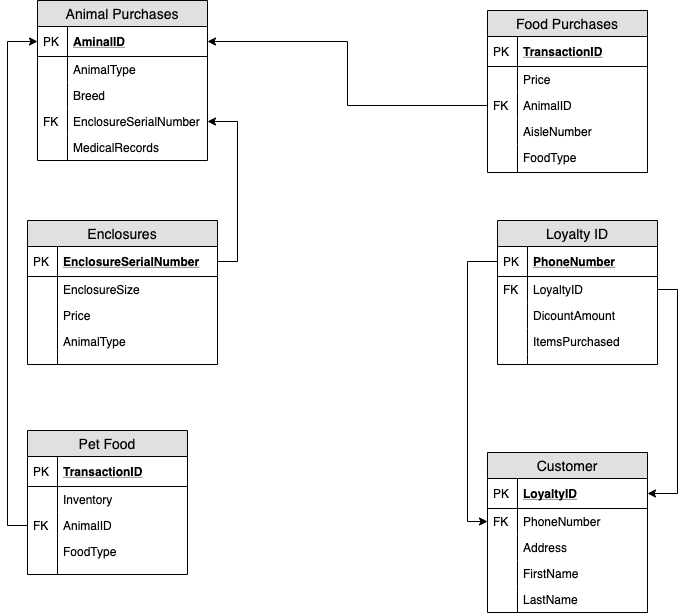
The draw.io diagram Pet Shop/Pet Shop.png in allykurland/IST201-Spring2020, before a commit. Source tidied: cells renumbered, new cells last; positions are measured from the earlier drawing's top-left corner, leaving out a move shared by most shapes.
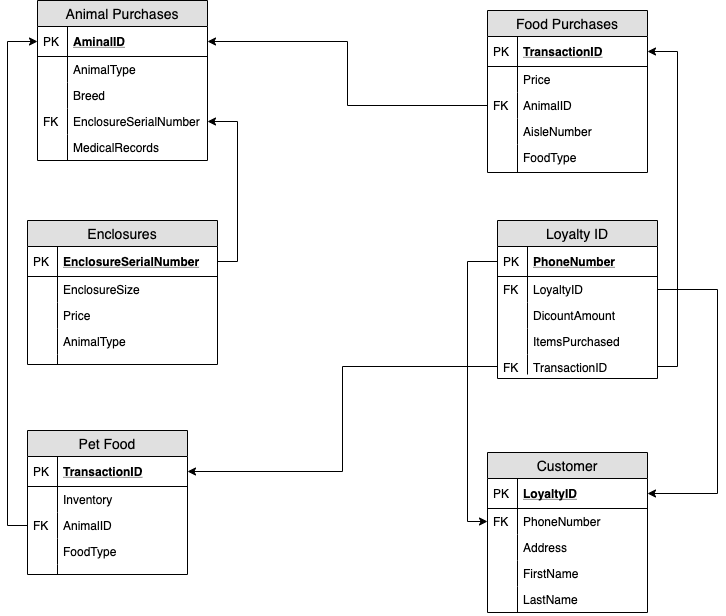
After the commit.

Change to the diagram source:
```diff
@@ -69,7 +69,7 @@
       <mxGeometry width="30" height="10" as="geometry" />
     </mxCell>
     <mxCell id="24" value="Loyalty ID" style="swimlane;fontStyle=0;horizontal=1;startSize=26;fillColor=#e0e0e0;swimlaneFillColor=#ffffff;align=center;fontSize=14;" parent="1" vertex="1">
-      <mxGeometry x="470" y="220" width="160" height="144" as="geometry" />
+      <mxGeometry x="470" y="220" width="160" height="158" as="geometry" />
     </mxCell>
     <mxCell id="25" value="PhoneNumber" style="shape=partialRectangle;top=0;left=0;right=0;bottom=1;align=left;verticalAlign=middle;fillColor=none;spacingLeft=34;spacingRight=4;overflow=hidden;points=[[0,0.5],[1,0.5]];portConstraint=eastwest;fontStyle=5;fontSize=12;" parent="24" vertex="1">
       <mxGeometry y="26" width="160" height="30" as="geometry" />
@@ -95,11 +95,11 @@
     <mxCell id="32" style="shape=partialRectangle;top=0;left=0;bottom=0;fillColor=none;align=left;verticalAlign=top;spacingLeft=4;spacingRight=4;overflow=hidden;fontSize=12;" parent="31" vertex="1">
       <mxGeometry width="30" height="26" as="geometry" />
     </mxCell>
-    <mxCell id="33" style="shape=partialRectangle;top=0;left=0;right=0;bottom=0;align=left;verticalAlign=top;fillColor=none;spacingLeft=34;spacingRight=4;overflow=hidden;points=[[0,0.5],[1,0.5]];portConstraint=eastwest;fontSize=12;" parent="24" vertex="1">
-      <mxGeometry y="134" width="160" height="10" as="geometry" />
+    <mxCell id="33" value="TransactionID" style="shape=partialRectangle;top=0;left=0;right=0;bottom=0;align=left;verticalAlign=top;fillColor=none;spacingLeft=34;spacingRight=4;overflow=hidden;points=[[0,0.5],[1,0.5]];portConstraint=eastwest;fontSize=12;" parent="24" vertex="1">
+      <mxGeometry y="134" width="160" height="24" as="geometry" />
     </mxCell>
-    <mxCell id="34" style="shape=partialRectangle;top=0;left=0;bottom=0;fillColor=none;align=left;verticalAlign=top;spacingLeft=4;spacingRight=4;overflow=hidden;fontSize=12;" parent="33" vertex="1">
-      <mxGeometry width="30" height="10" as="geometry" />
+    <mxCell id="34" value="FK" style="shape=partialRectangle;top=0;left=0;bottom=0;fillColor=none;align=left;verticalAlign=top;spacingLeft=4;spacingRight=4;overflow=hidden;fontSize=12;" parent="33" vertex="1">
+      <mxGeometry width="30" height="20" as="geometry" />
     </mxCell>
     <mxCell id="35" value="Pet Food" style="swimlane;fontStyle=0;horizontal=1;startSize=26;fillColor=#e0e0e0;swimlaneFillColor=#ffffff;align=center;fontSize=14;" parent="1" vertex="1">
       <mxGeometry y="430" width="160" height="144" as="geometry" />
@@ -204,7 +204,12 @@
       <mxGeometry relative="1" as="geometry" />
     </mxCell>
     <mxCell id="69" style="edgeStyle=orthogonalEdgeStyle;rounded=0;jettySize=auto;html=1;exitX=1;exitY=0.5;exitDx=0;exitDy=0;entryX=1;entryY=0.5;entryDx=0;entryDy=0;" parent="1" edge="1" source="27" target="58">
-      <mxGeometry relative="1" as="geometry" />
+      <mxGeometry relative="1" as="geometry">
+        <Array as="points">
+          <mxPoint x="690" y="289" />
+          <mxPoint x="690" y="493" />
+        </Array>
+      </mxGeometry>
     </mxCell>
     <mxCell id="70" style="edgeStyle=orthogonalEdgeStyle;rounded=0;jettySize=auto;html=1;exitX=1;exitY=0.5;exitDx=0;exitDy=0;entryX=1;entryY=0.5;entryDx=0;entryDy=0;" parent="1" edge="1" source="14" target="9">
       <mxGeometry relative="1" as="geometry" />
@@ -215,5 +220,11 @@
     <mxCell id="72" style="edgeStyle=orthogonalEdgeStyle;rounded=0;jettySize=auto;html=1;exitX=0;exitY=0.5;exitDx=0;exitDy=0;entryX=0;entryY=0.5;entryDx=0;entryDy=0;" parent="1" edge="1" source="40" target="3">
       <mxGeometry relative="1" as="geometry" />
     </mxCell>
+    <mxCell id="73" style="edgeStyle=orthogonalEdgeStyle;rounded=0;jettySize=auto;html=1;exitX=0;exitY=0.5;exitDx=0;exitDy=0;entryX=1;entryY=0.5;entryDx=0;entryDy=0;" parent="1" edge="1" source="33" target="36">
+      <mxGeometry relative="1" as="geometry" />
+    </mxCell>
+    <mxCell id="74" style="edgeStyle=orthogonalEdgeStyle;rounded=0;jettySize=auto;html=1;exitX=1;exitY=0.5;exitDx=0;exitDy=0;entryX=1;entryY=0.5;entryDx=0;entryDy=0;" parent="1" edge="1" source="33" target="47">
+      <mxGeometry relative="1" as="geometry" />
+    </mxCell>
   </root>
 </mxGraphModel>
```
